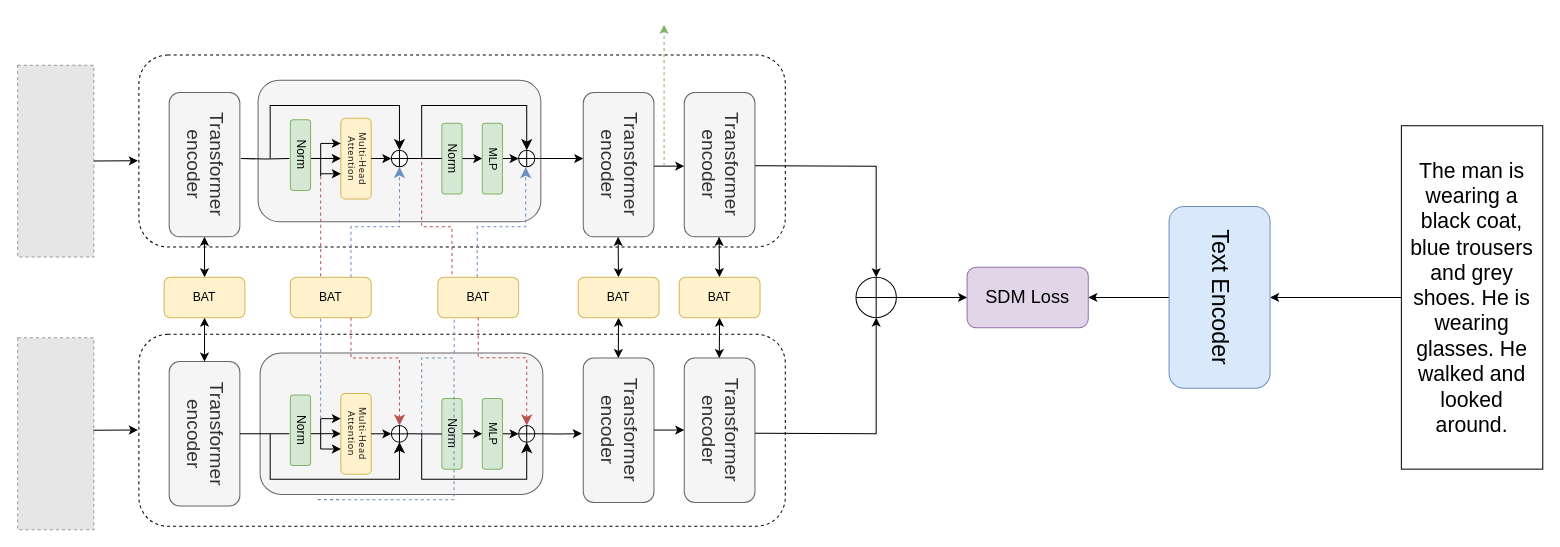
Above: 11.7.drawio in CZYdeGithub/drawio (draw.io), before the change. Source tidied: cells renumbered, new cells numbered last; positions are measured from the earlier drawing's top-left corner, leaving out a move shared by most shapes. Both pictures are drawn from the tidied source at 101%, with x=0, y=0 at pixel (17, 24). Pictures stored in the file or linked from it are replaced by grey dashed boxes.
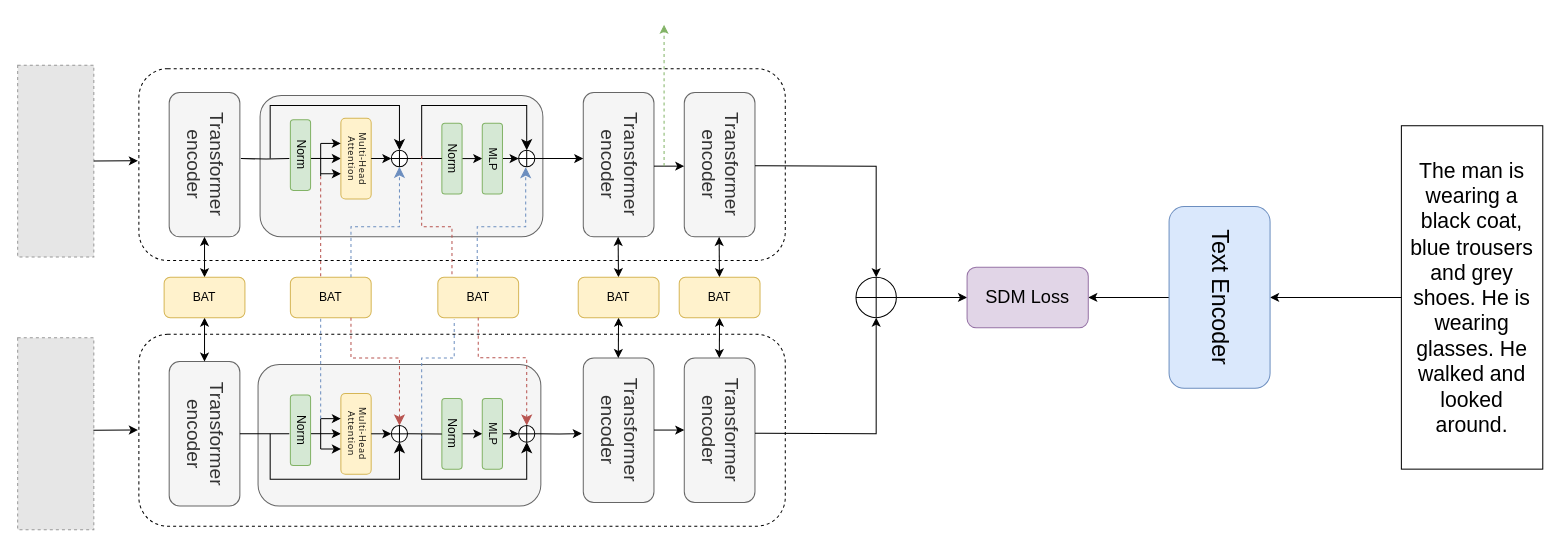
The same page after the edit.

The change refers to these unchanged cells:
```xml
<mxCell id="74" value="BAT" style="rounded=1;whiteSpace=wrap;html=1;fillColor=#fff2cc;strokeColor=#d6b656;" parent="1" vertex="1">
  <mxGeometry x="416" y="250" width="80" height="40" as="geometry" />
</mxCell>
```

Change to the diagram source:
```diff
@@
+    <mxCell id="4" style="rounded=1;whiteSpace=wrap;html=1;fillColor=none;dashed=1;" parent="1" vertex="1">
+      <mxGeometry x="120" y="306.5" width="640" height="190" as="geometry" />
+    </mxCell>
+    <mxCell id="3" style="rounded=1;whiteSpace=wrap;html=1;fillColor=#f5f5f5;fontColor=#333333;strokeColor=#666666;fontSize=14;" parent="1" vertex="1">
+      <mxGeometry x="238" y="336.5" width="280" height="140" as="geometry" />
+    </mxCell>
     <mxCell id="2" style="rounded=1;whiteSpace=wrap;html=1;fillColor=#f5f5f5;fontColor=#333333;strokeColor=#666666;" parent="1" vertex="1">
-      <mxGeometry x="238" y="55" width="280" height="140" as="geometry" />
+      <mxGeometry x="240" y="70" width="280" height="140" as="geometry" />
     </mxCell>
-    <mxCell id="3" style="rounded=1;whiteSpace=wrap;html=1;fillColor=#f5f5f5;fontColor=#333333;strokeColor=#666666;fontSize=14;" parent="1" vertex="1">
-      <mxGeometry x="240" y="325" width="280" height="140" as="geometry" />
-    </mxCell>
-    <mxCell id="4" style="rounded=1;whiteSpace=wrap;html=1;fillColor=none;dashed=1;" parent="1" vertex="1">
-      <mxGeometry x="120" y="306.5" width="640" height="190" as="geometry" />
-    </mxCell>
     <mxCell id="5" style="rounded=1;whiteSpace=wrap;html=1;fillColor=none;dashed=1;" parent="1" vertex="1">
-      <mxGeometry x="120" y="30" width="640" height="190" as="geometry" />
+      <mxGeometry x="120" y="43.5" width="640" height="190" as="geometry" />
     </mxCell>
@@
-    <mxCell id="81" style="edgeStyle=segmentEdgeStyle;endArrow=none;html=1;curved=0;rounded=0;endSize=8;startSize=8;endFill=0;fillColor=#dae8fc;strokeColor=#6c8ebf;dashed=1;entryX=0.203;entryY=1.037;entryDx=0;entryDy=0;entryPerimeter=0;" parent="1" edge="1" source="3" target="74">
-      <mxGeometry relative="1" as="geometry" />
+    <mxCell id="81" style="edgeStyle=segmentEdgeStyle;endArrow=none;html=1;curved=0;rounded=0;endSize=8;startSize=8;endFill=0;fillColor=#dae8fc;strokeColor=#6c8ebf;dashed=1;entryX=0.203;entryY=1.037;entryDx=0;entryDy=0;entryPerimeter=0;" parent="1" edge="1" target="74">
+      <mxGeometry relative="1" as="geometry">
+        <mxPoint x="400" y="410" as="sourcePoint" />
+        <Array as="points">
+          <mxPoint x="400" y="330" />
+          <mxPoint x="432" y="330" />
+        </Array>
+      </mxGeometry>
     </mxCell>
@@
-    <mxCell id="83" style="edgeStyle=segmentEdgeStyle;endArrow=none;html=1;curved=0;rounded=0;endSize=8;startSize=8;endFill=0;fillColor=#dae8fc;strokeColor=#6c8ebf;dashed=1;entryX=0.203;entryY=1.037;entryDx=0;entryDy=0;entryPerimeter=0;" parent="1" edge="1" target="3">
-      <mxGeometry relative="1" as="geometry">
-        <mxPoint x="400" y="410" as="sourcePoint" />
-        <Array as="points">
-          <mxPoint x="400" y="330" />
-          <mxPoint x="432" y="330" />
-        </Array>
-      </mxGeometry>
-    </mxCell>
```
